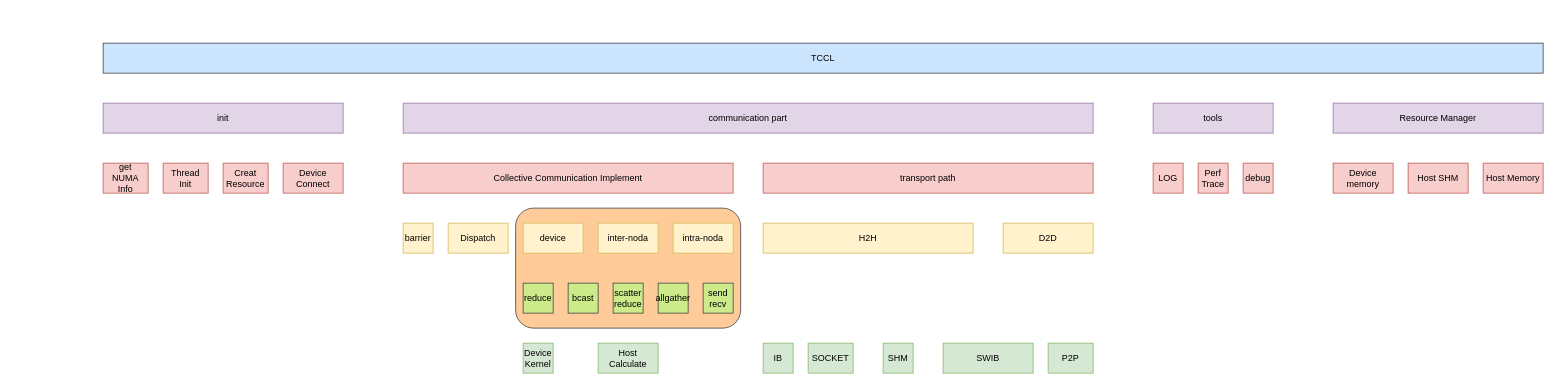
BEYHHH/SBLP keeps this draw.io diagram as tccl_structure.drawio. Above is the earlier version. Source tidied: cells renumbered, new cells numbered last; positions are measured from the earlier drawing's top-left corner, leaving out a move shared by most shapes. Both pictures are drawn from the tidied source at 75%, with x=0, y=0 at pixel (103, 43).
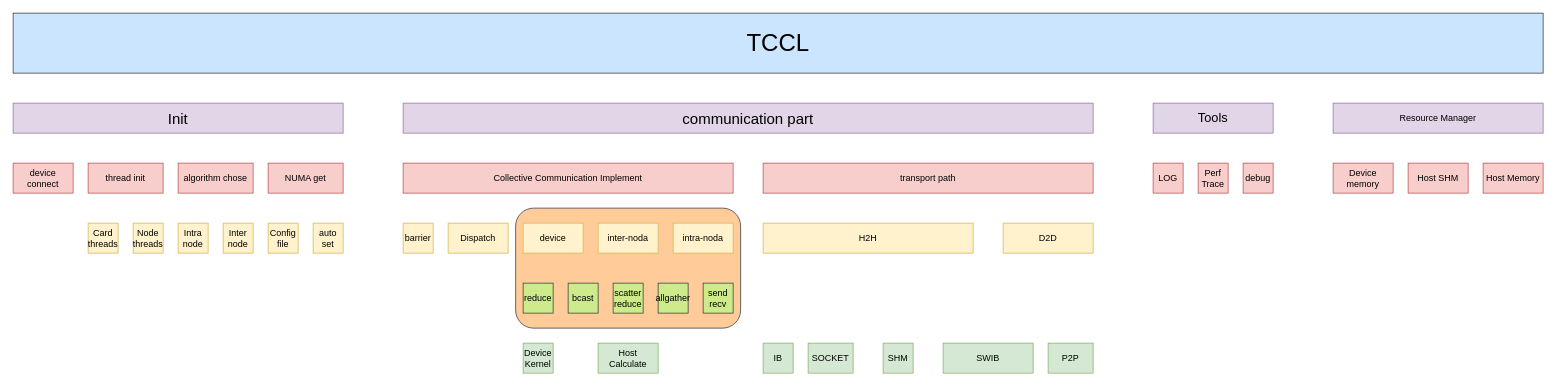
The same diagram, later.

Diff of the diagram source:
```diff
@@
-    <mxCell id="3" value="TCCL" style="rounded=0;whiteSpace=wrap;html=1;fillColor=#cce5ff;strokeColor=#36393d;" parent="1" vertex="1">
-      <mxGeometry width="1920" height="40" as="geometry" />
+    <mxCell id="3" value="&lt;font style=&quot;font-size: 32px;&quot;&gt;TCCL&lt;/font&gt;" style="rounded=0;whiteSpace=wrap;html=1;fillColor=#cce5ff;strokeColor=#36393d;" parent="1" vertex="1">
+      <mxGeometry x="-120" y="-40" width="2040" height="80" as="geometry" />
     </mxCell>
-    <mxCell id="4" value="init" style="rounded=0;whiteSpace=wrap;html=1;fillColor=#e1d5e7;strokeColor=#9673a6;" parent="1" vertex="1">
-      <mxGeometry y="80" width="320" height="40" as="geometry" />
+    <mxCell id="4" value="Init" style="rounded=0;whiteSpace=wrap;html=1;fillColor=#e1d5e7;strokeColor=#9673a6;fontSize=20;" parent="1" vertex="1">
+      <mxGeometry x="-120" y="80" width="440" height="40" as="geometry" />
     </mxCell>
-    <mxCell id="5" value="tools" style="rounded=0;whiteSpace=wrap;html=1;fillColor=#e1d5e7;strokeColor=#9673a6;" parent="1" vertex="1">
+    <mxCell id="5" value="Tools" style="rounded=0;whiteSpace=wrap;html=1;fillColor=#e1d5e7;strokeColor=#9673a6;fontSize=17;" parent="1" vertex="1">
       <mxGeometry x="1400" y="80" width="160" height="40" as="geometry" />
     </mxCell>
-    <mxCell id="6" value="communication part" style="rounded=0;whiteSpace=wrap;html=1;fillColor=#e1d5e7;strokeColor=#9673a6;" parent="1" vertex="1">
+    <mxCell id="6" value="communication part" style="rounded=0;whiteSpace=wrap;html=1;fillColor=#e1d5e7;strokeColor=#9673a6;fontSize=20;" parent="1" vertex="1">
       <mxGeometry x="400" y="80" width="920" height="40" as="geometry" />
     </mxCell>
@@
-    <mxCell id="10" value="Thread&lt;br&gt;Init" style="rounded=0;whiteSpace=wrap;html=1;fillColor=#f8cecc;strokeColor=#b85450;" parent="1" vertex="1">
-      <mxGeometry x="80" y="160" width="60" height="40" as="geometry" />
-    </mxCell>
@@
-    <mxCell id="27" value="Device Connect" style="rounded=0;whiteSpace=wrap;html=1;fillColor=#f8cecc;strokeColor=#b85450;" parent="1" vertex="1">
-      <mxGeometry x="240" y="160" width="80" height="40" as="geometry" />
-    </mxCell>
-    <mxCell id="28" value="Creat&lt;br&gt;Resource" style="rounded=0;whiteSpace=wrap;html=1;fillColor=#f8cecc;strokeColor=#b85450;" parent="1" vertex="1">
-      <mxGeometry x="160" y="160" width="60" height="40" as="geometry" />
-    </mxCell>
-    <mxCell id="29" value="get&lt;br&gt;NUMA Info" style="rounded=0;whiteSpace=wrap;html=1;fillColor=#f8cecc;strokeColor=#b85450;" parent="1" vertex="1">
-      <mxGeometry y="160" width="60" height="40" as="geometry" />
-    </mxCell>
@@
+    <mxCell id="39" value="thread init" style="rounded=0;whiteSpace=wrap;html=1;fillColor=#f8cecc;strokeColor=#b85450;" parent="1" vertex="1">
+      <mxGeometry x="-20" y="160" width="100" height="40" as="geometry" />
+    </mxCell>
+    <mxCell id="40" value="algorithm chose" style="rounded=0;whiteSpace=wrap;html=1;fillColor=#f8cecc;strokeColor=#b85450;" parent="1" vertex="1">
+      <mxGeometry x="100" y="160" width="100" height="40" as="geometry" />
+    </mxCell>
+    <mxCell id="41" value="Card&lt;br&gt;threads" style="rounded=0;whiteSpace=wrap;html=1;fillColor=#fff2cc;strokeColor=#d6b656;" parent="1" vertex="1">
+      <mxGeometry x="-20" y="240" width="40" height="40" as="geometry" />
+    </mxCell>
+    <mxCell id="42" value="Node&lt;br&gt;threads" style="rounded=0;whiteSpace=wrap;html=1;fillColor=#fff2cc;strokeColor=#d6b656;" parent="1" vertex="1">
+      <mxGeometry x="40" y="240" width="40" height="40" as="geometry" />
+    </mxCell>
+    <mxCell id="43" value="Intra&lt;br&gt;node" style="rounded=0;whiteSpace=wrap;html=1;fillColor=#fff2cc;strokeColor=#d6b656;" parent="1" vertex="1">
+      <mxGeometry x="100" y="240" width="40" height="40" as="geometry" />
+    </mxCell>
+    <mxCell id="44" value="Inter&lt;br&gt;node" style="rounded=0;whiteSpace=wrap;html=1;fillColor=#fff2cc;strokeColor=#d6b656;" parent="1" vertex="1">
+      <mxGeometry x="160" y="240" width="40" height="40" as="geometry" />
+    </mxCell>
+    <mxCell id="45" value="NUMA get" style="rounded=0;whiteSpace=wrap;html=1;fillColor=#f8cecc;strokeColor=#b85450;" parent="1" vertex="1">
+      <mxGeometry x="220" y="160" width="100" height="40" as="geometry" />
+    </mxCell>
+    <mxCell id="46" value="Config&lt;br&gt;file" style="rounded=0;whiteSpace=wrap;html=1;fillColor=#fff2cc;strokeColor=#d6b656;" parent="1" vertex="1">
+      <mxGeometry x="220" y="240" width="40" height="40" as="geometry" />
+    </mxCell>
+    <mxCell id="47" value="auto&lt;br&gt;set" style="rounded=0;whiteSpace=wrap;html=1;fillColor=#fff2cc;strokeColor=#d6b656;" parent="1" vertex="1">
+      <mxGeometry x="280" y="240" width="40" height="40" as="geometry" />
+    </mxCell>
+    <mxCell id="48" value="device connect" style="rounded=0;whiteSpace=wrap;html=1;fillColor=#f8cecc;strokeColor=#b85450;" parent="1" vertex="1">
+      <mxGeometry x="-120" y="160" width="80" height="40" as="geometry" />
+    </mxCell>
```
